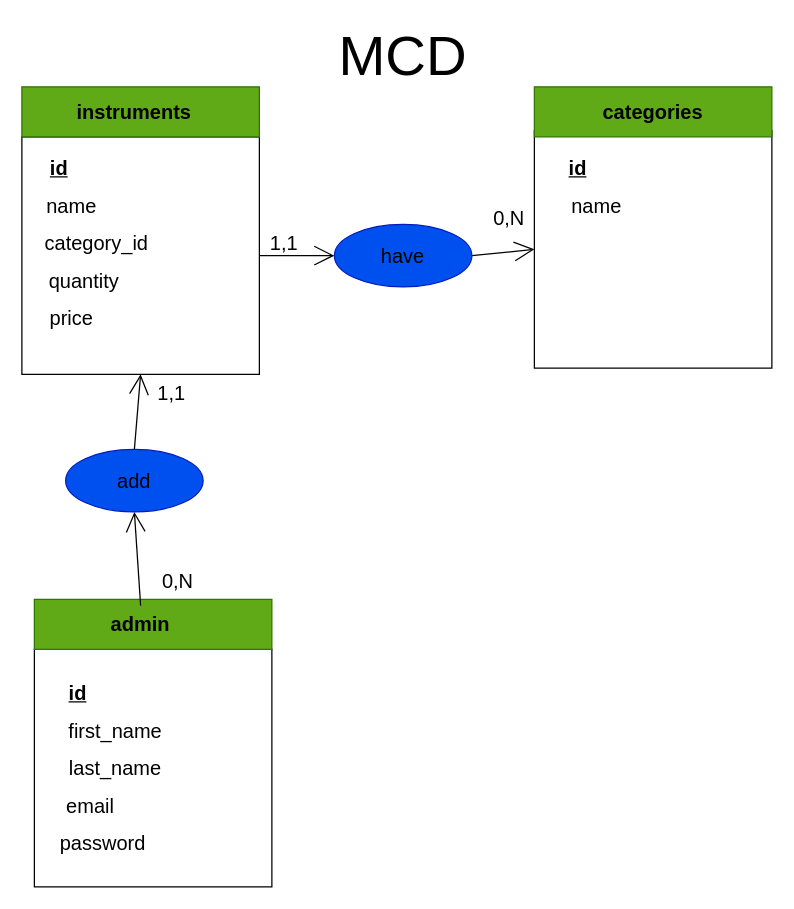
Above: merise.drawio in fouad150/Syst-me-de-gestion-des-instruments-de-musique (draw.io), before the change. Source tidied: cells renumbered, new cells numbered last; positions are measured from the earlier drawing's top-left corner, leaving out a move shared by most shapes. Both pictures are drawn from the tidied source at 125%, with x=0, y=0 at pixel (21, 36).
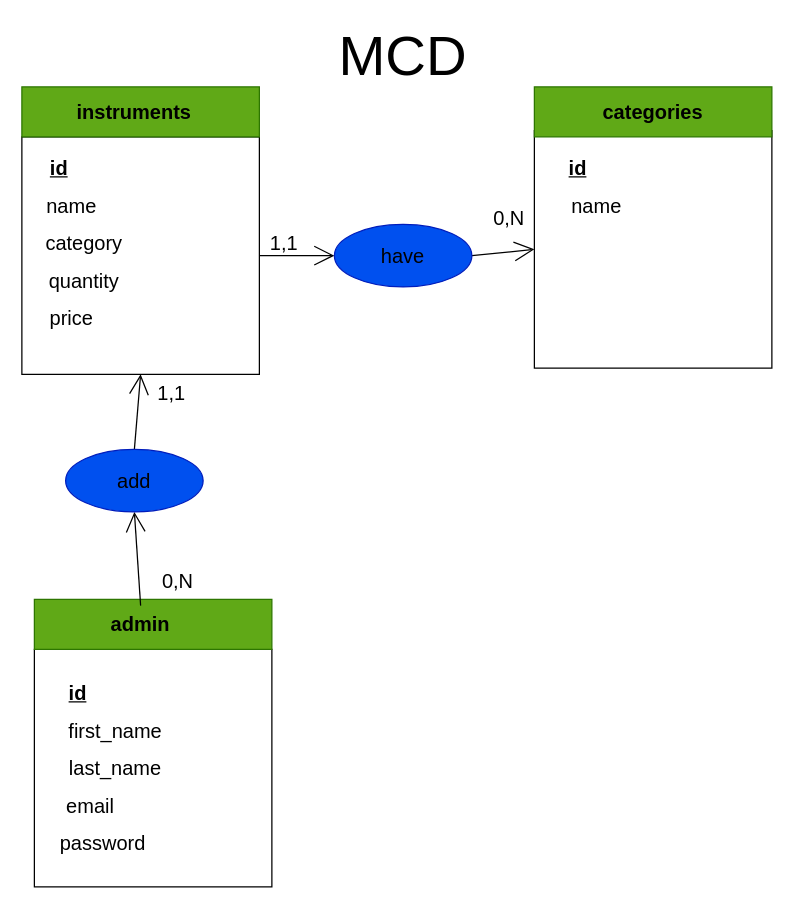
Above is the later version.

Diff of the diagram source:
```diff
@@
-    <mxCell id="7" value="category_id" style="text;strokeColor=none;fillColor=none;html=1;align=center;verticalAlign=middle;whiteSpace=wrap;rounded=0;fontSize=16;" parent="1" vertex="1">
-      <mxGeometry x="30" y="150" width="60" height="30" as="geometry" />
+    <mxCell id="7" value="category" style="text;strokeColor=none;fillColor=none;html=1;align=center;verticalAlign=middle;whiteSpace=wrap;rounded=0;fontSize=16;" parent="1" vertex="1">
+      <mxGeometry x="20" y="150" width="60" height="30" as="geometry" />
     </mxCell>
```
